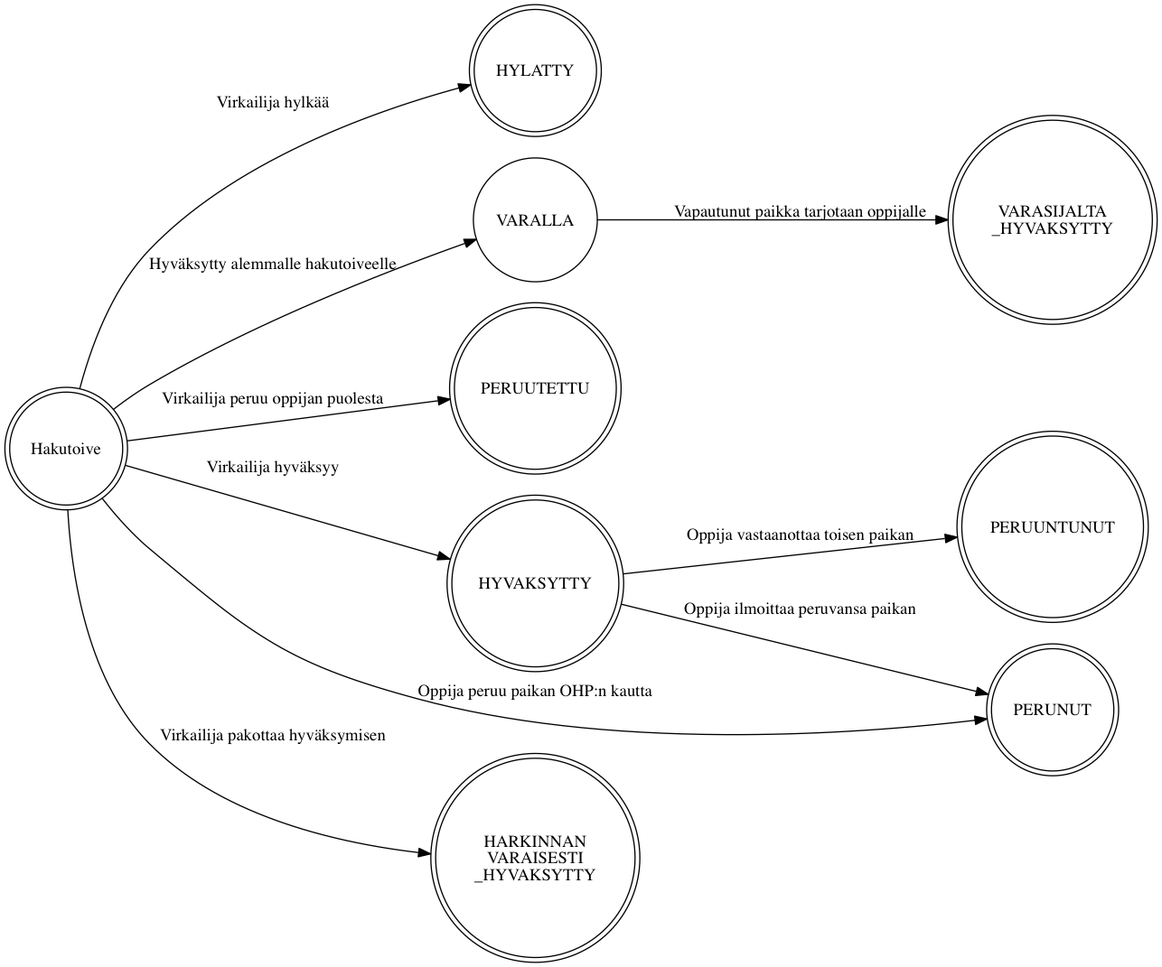
This is img/valintatila_sijoittelulla.png from Opetushallitus/dokumentaatio, a Graphviz export, as it was before one commit. Its source is kept beside it as dot/valintatila_sijoittelulla.dot.
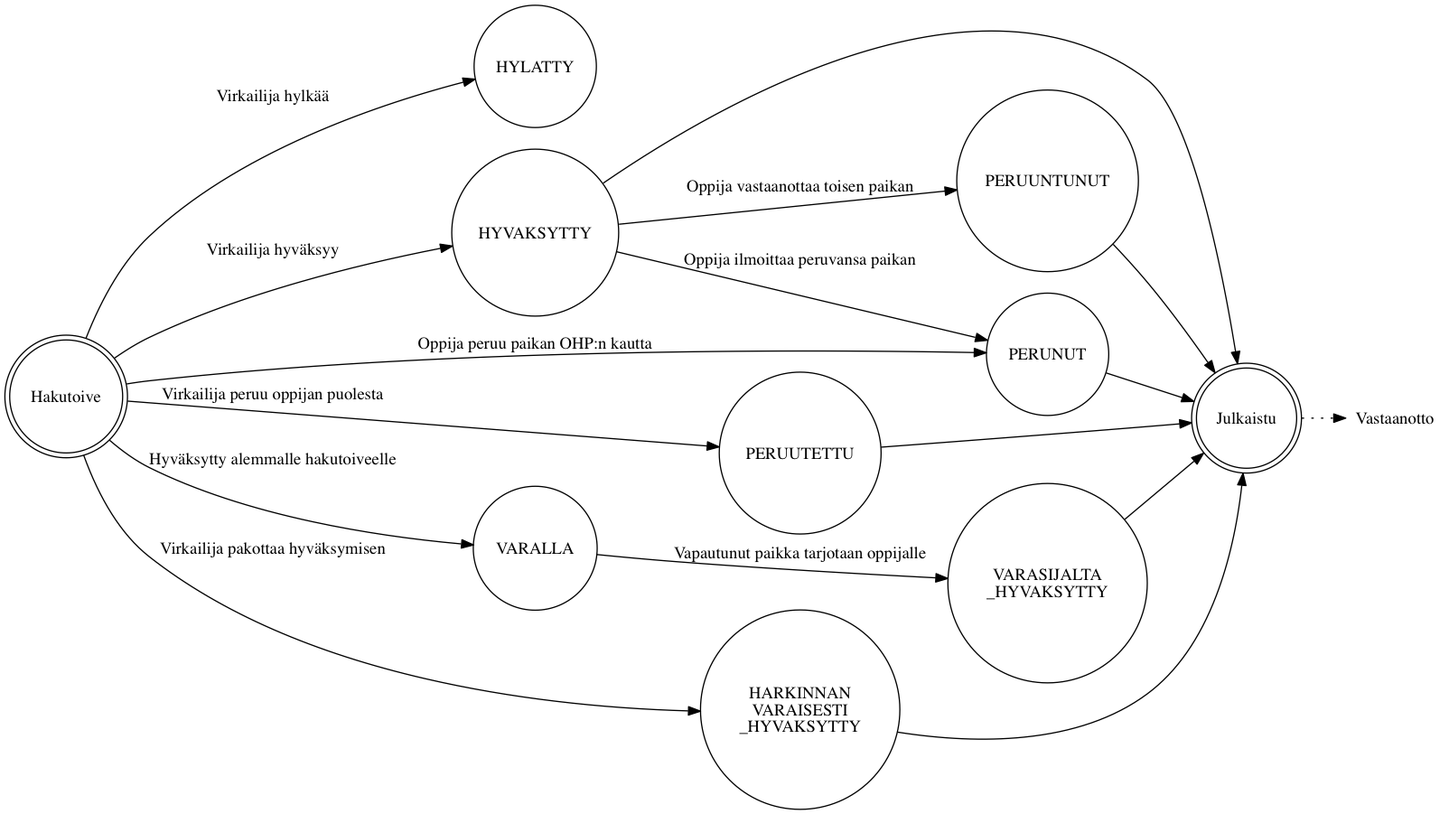
After the commit.

Commit message:
Lisää julkaistu lopputila valintatiloille

The edit, as a diff of the source:
```diff
@@ -1,6 +1,6 @@
 digraph finite_state_machine {
   rankdir=LR;
-  node [shape=doublecircle];
+  node [shape=circle];
   Hakutoive -> HYLATTY [label="Virkailija hylkää"];
   Hakutoive -> HYVAKSYTTY [label="Virkailija hyväksyy"];
   Hakutoive -> PERUUTETTU [label="Virkailija peruu oppijan puolesta"];
@@ -11,7 +11,14 @@
   HYVAKSYTTY -> PERUNUT [label="Oppija ilmoittaa peruvansa paikan"];
   Hakutoive -> HARKINNANVARAISESTI_HYVAKSYTTY [label="Virkailija pakottaa hyväksymisen"];
 
+  HYVAKSYTTY, VARASIJALTA_HYVAKSYTTY, HARKINNANVARAISESTI_HYVAKSYTTY -> Julkaistu
+  PERUUTETTU, PERUUNTUNUT, PERUNUT -> Julkaistu
+
+  Julkaistu -> Vastaanotto [style=dotted]
+  Vastaanotto [shape=none]
+
   HARKINNANVARAISESTI_HYVAKSYTTY [label="HARKINNAN\nVARAISESTI\n_HYVAKSYTTY"];
   VARASIJALTA_HYVAKSYTTY [label="VARASIJALTA\n_HYVAKSYTTY"];
-  VARALLA[shape=circle];
+  Hakutoive [shape=doublecircle];
+  Julkaistu [shape=doublecircle];
 }
```
